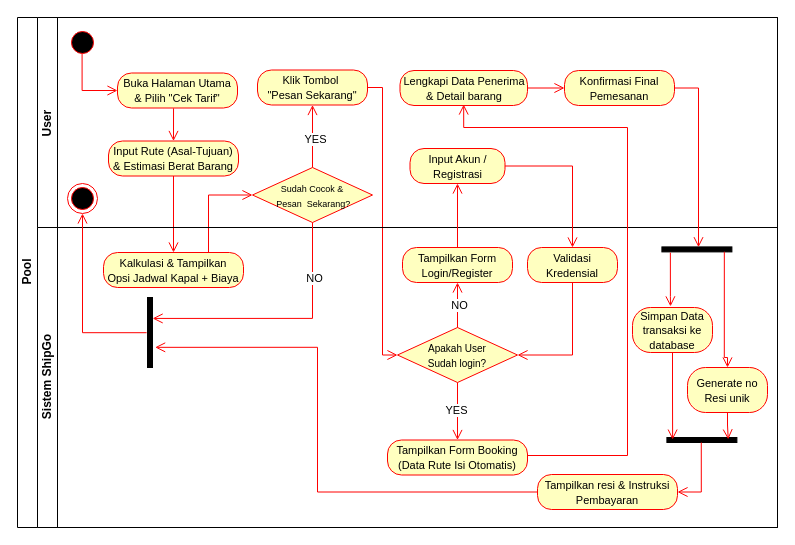
NisrinaR21/SRS-sistem-ekspedisi keeps this draw.io diagram as Activity Diagram.drawio. Above is the earlier version. Source tidied: cells renumbered, new cells numbered last; positions are measured from the earlier drawing's top-left corner, leaving out a move shared by most shapes. Both pictures are drawn from the tidied source at 100%, with x=0, y=0 at pixel (17, 17).
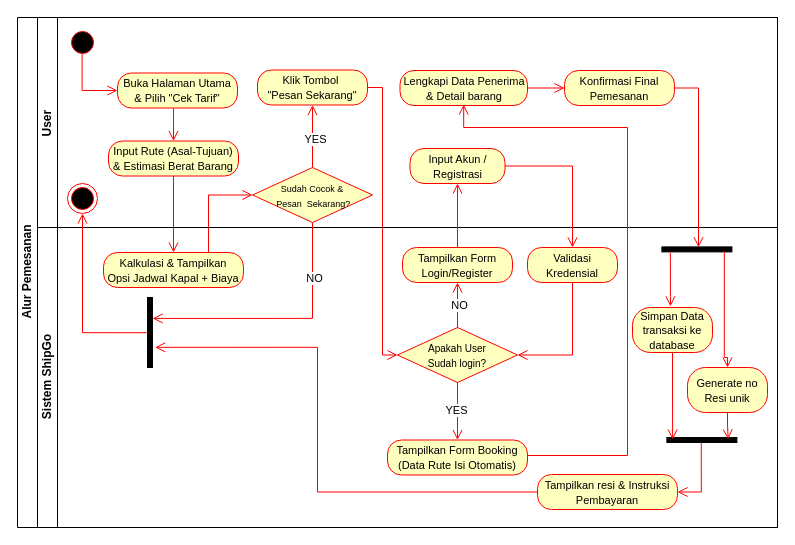
The same diagram, later.

Change to the diagram source:
```diff
@@
-    <mxCell id="2" value="Pool" style="swimlane;html=1;horizontal=0;startSize=20;" parent="1" vertex="1">
+    <mxCell id="2" value="Alur Pemesanan" style="swimlane;html=1;horizontal=0;startSize=20;" parent="1" vertex="1">
       <mxGeometry width="760" height="510" as="geometry" />
     </mxCell>
```
